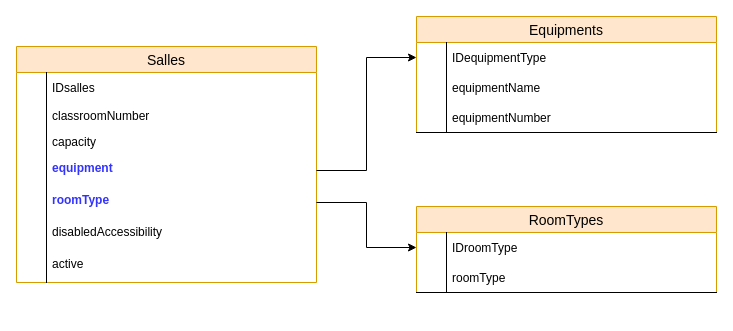
Earlier version of the draw.io diagram page "Page-2" (2 of 2) of base_de_donnees/Introduction SQL.drawio (laurentbedu/Travail). Source tidied: cells renumbered, new cells numbered last; positions are measured from the earlier drawing's top-left corner, leaving out a move shared by most shapes. Both pictures are drawn from the tidied source at 100%, with x=0, y=0 at pixel (16, 16).
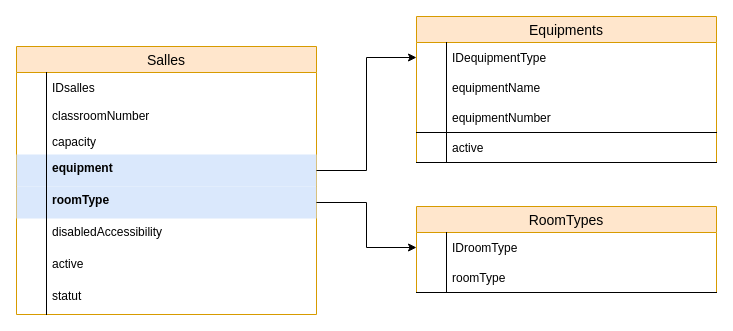
Above is the later version.

Change to the diagram source:
```diff
@@
     <mxCell id="2" value="Salles" style="swimlane;fontStyle=0;horizontal=1;startSize=26;fillColor=#ffe6cc;swimlaneFillColor=#ffffff;align=center;fontSize=14;labelBackgroundColor=none;strokeColor=#d79b00;" parent="1" vertex="1">
-      <mxGeometry y="30" width="300" height="236" as="geometry" />
+      <mxGeometry y="30" width="300" height="268" as="geometry" />
     </mxCell>
@@
-    <mxCell id="9" value="equipment" style="shape=partialRectangle;top=0;left=0;right=0;bottom=0;align=left;verticalAlign=top;fillColor=none;spacingLeft=34;spacingRight=4;overflow=hidden;points=[[0,0.5],[1,0.5]];portConstraint=eastwest;fontSize=12;fontColor=#3333FF;fontStyle=1;strokeColor=#000000;" parent="2" vertex="1">
+    <mxCell id="9" value="equipment" style="shape=partialRectangle;top=0;left=0;right=0;bottom=0;align=left;verticalAlign=top;fillColor=#dae8fc;spacingLeft=34;spacingRight=4;overflow=hidden;points=[[0,0.5],[1,0.5]];portConstraint=eastwest;fontSize=12;fontStyle=1;strokeColor=#6c8ebf;" parent="2" vertex="1">
       <mxGeometry y="108" width="300" height="32" as="geometry" />
     </mxCell>
@@
-    <mxCell id="11" value="roomType" style="shape=partialRectangle;top=0;left=0;right=0;bottom=0;align=left;verticalAlign=top;fillColor=none;spacingLeft=34;spacingRight=4;overflow=hidden;points=[[0,0.5],[1,0.5]];portConstraint=eastwest;fontSize=12;fontColor=#3333FF;fontStyle=1;" parent="2" vertex="1">
+    <mxCell id="11" value="roomType" style="shape=partialRectangle;top=0;left=0;right=0;bottom=0;align=left;verticalAlign=top;fillColor=#dae8fc;spacingLeft=34;spacingRight=4;overflow=hidden;points=[[0,0.5],[1,0.5]];portConstraint=eastwest;fontSize=12;fontStyle=1;strokeColor=#6c8ebf;" parent="2" vertex="1">
       <mxGeometry y="140" width="300" height="32" as="geometry" />
     </mxCell>
@@
+    <mxCell id="31" value="statut" style="shape=partialRectangle;top=0;left=0;right=0;bottom=0;align=left;verticalAlign=top;fillColor=none;spacingLeft=34;spacingRight=4;overflow=hidden;fontSize=12;" parent="2" vertex="1">
+      <mxGeometry y="236" width="300" height="32" as="geometry" />
+    </mxCell>
+    <mxCell id="32" style="shape=partialRectangle;top=0;left=0;bottom=0;fillColor=none;align=left;verticalAlign=top;spacingLeft=4;spacingRight=4;overflow=hidden;fontSize=12;" parent="31" vertex="1">
+      <mxGeometry width="30" height="32" as="geometry" />
+    </mxCell>
     <mxCell id="17" value="Equipments" style="swimlane;fontStyle=0;horizontal=1;startSize=26;fillColor=#ffe6cc;swimlaneFillColor=#ffffff;align=center;fontSize=14;strokeColor=#d79b00;" parent="1" vertex="1">
-      <mxGeometry x="400" width="300" height="116" as="geometry" />
+      <mxGeometry x="400" width="300" height="146" as="geometry" />
     </mxCell>
@@
+    <mxCell id="33" value="active" style="shape=partialRectangle;top=0;left=0;right=0;bottom=1;align=left;verticalAlign=middle;fillColor=none;spacingLeft=34;spacingRight=4;overflow=hidden;fontStyle=0;fontSize=12;" parent="17" vertex="1">
+      <mxGeometry y="116" width="300" height="30" as="geometry" />
+    </mxCell>
+    <mxCell id="34" style="shape=partialRectangle;top=0;left=0;bottom=0;fillColor=none;align=left;verticalAlign=middle;spacingLeft=4;spacingRight=4;overflow=hidden;fontSize=12;" parent="33" vertex="1">
+      <mxGeometry width="30" height="30" as="geometry" />
+    </mxCell>
```
